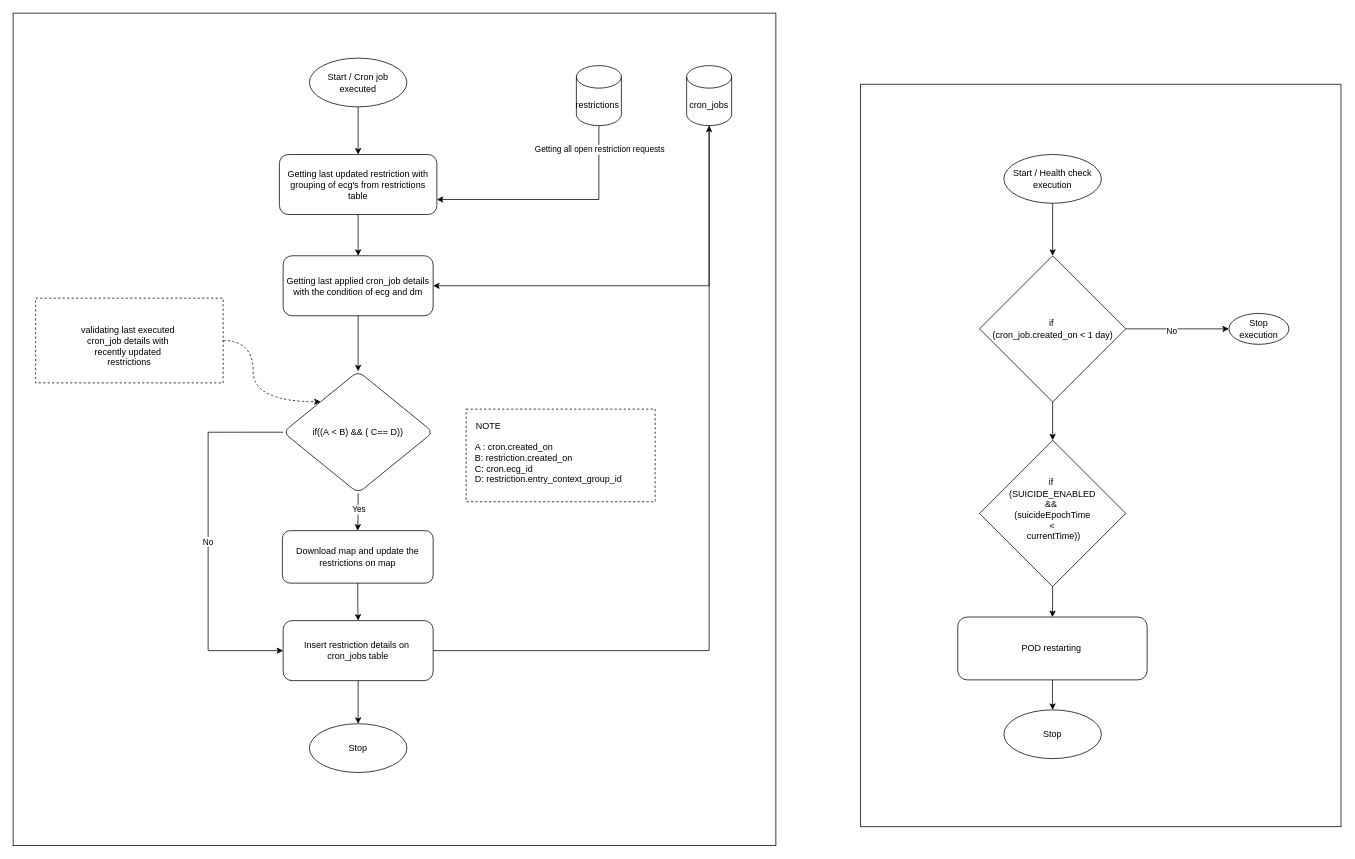
Earlier version of the draw.io diagram bbrover_pod_restart.drawio (bb-midhunps/diagrams). Source tidied: cells renumbered, new cells numbered last; positions are measured from the earlier drawing's top-left corner, leaving out a move shared by most shapes. Both pictures are drawn from the tidied source at 75%, with x=0, y=0 at pixel (13, 13).
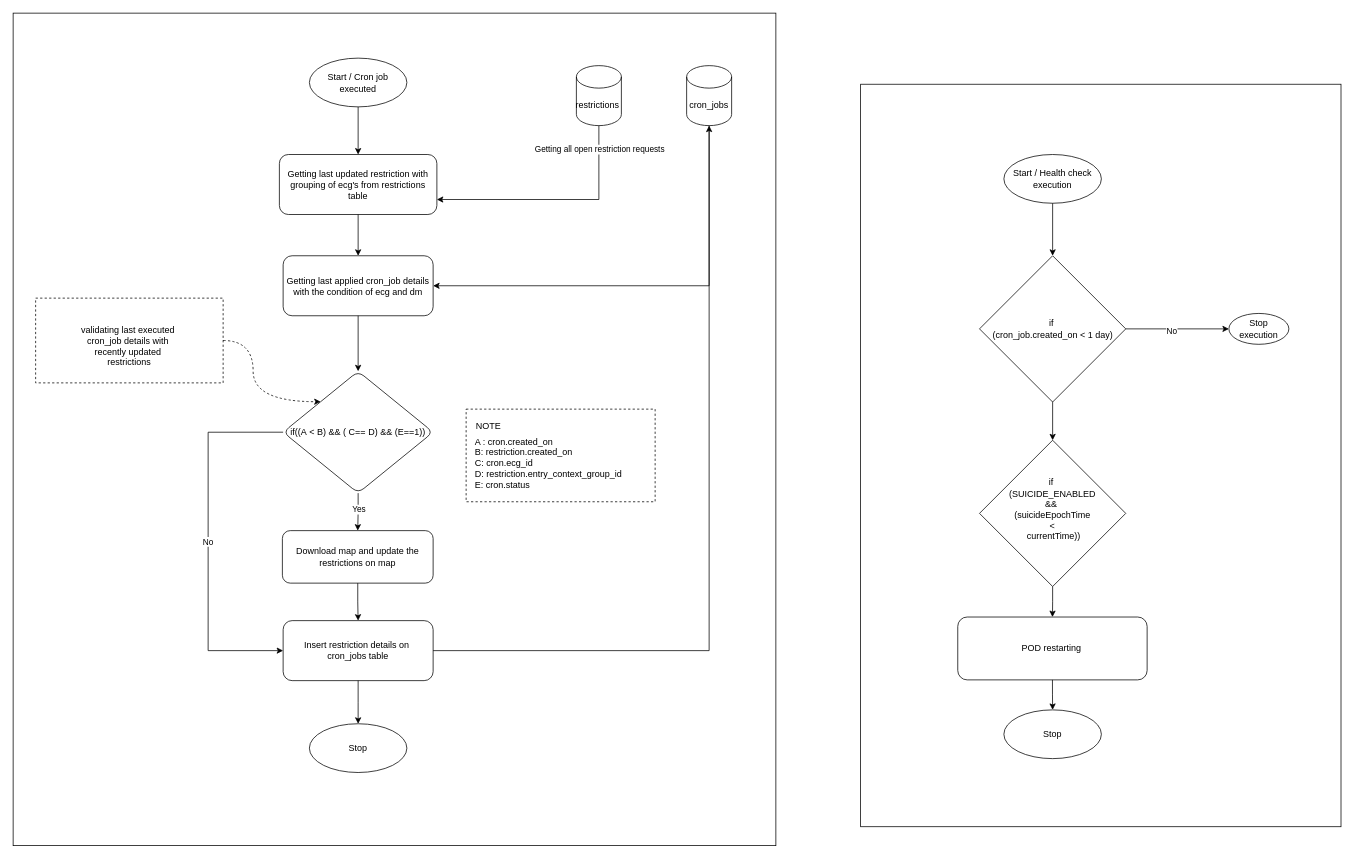
Above is the later version.

The edit, as a diff of the source:
```diff
@@
-    <mxCell id="17" value="&lt;div&gt;if((A&lt;span style=&quot;background-color: initial;&quot;&gt;&amp;nbsp;&amp;lt; B) &amp;amp;&amp;amp; ( C== D))&lt;/span&gt;&lt;/div&gt;" style="rhombus;whiteSpace=wrap;html=1;rounded=1;fillColor=none;" parent="1" vertex="1">
+    <mxCell id="17" value="&lt;div&gt;if((A&lt;span style=&quot;background-color: initial;&quot;&gt;&amp;nbsp;&amp;lt; B) &amp;amp;&amp;amp; ( C== D) &amp;amp;&amp;amp; (E==1))&lt;/span&gt;&lt;/div&gt;" style="rhombus;whiteSpace=wrap;html=1;rounded=1;fillColor=none;" parent="1" vertex="1">
       <mxGeometry x="360" y="477.5" width="200" height="162.5" as="geometry" />
     </mxCell>
@@
-    <mxCell id="39" value="&lt;span style=&quot;&quot;&gt;A : cron.created_on&lt;/span&gt;&lt;div style=&quot;&quot;&gt;B: restriction.created_on&lt;br&gt;&lt;div&gt;C: cron.ecg_id&lt;/div&gt;&lt;div&gt;D: restriction.entry_context_group_id&lt;/div&gt;&lt;/div&gt;" style="text;html=1;align=left;verticalAlign=middle;whiteSpace=wrap;rounded=0;" parent="1" vertex="1">
+    <mxCell id="39" value="&lt;span style=&quot;&quot;&gt;A : cron.created_on&lt;/span&gt;&lt;div style=&quot;&quot;&gt;B: restriction.created_on&lt;br&gt;&lt;div&gt;C: cron.ecg_id&lt;/div&gt;&lt;div&gt;D: restriction.entry_context_group_id&lt;/div&gt;&lt;div&gt;E: cron.status&lt;/div&gt;&lt;/div&gt;" style="text;html=1;align=left;verticalAlign=middle;whiteSpace=wrap;rounded=0;" parent="1" vertex="1">
       <mxGeometry x="614" y="554.8" width="230" height="90" as="geometry" />
     </mxCell>
```
